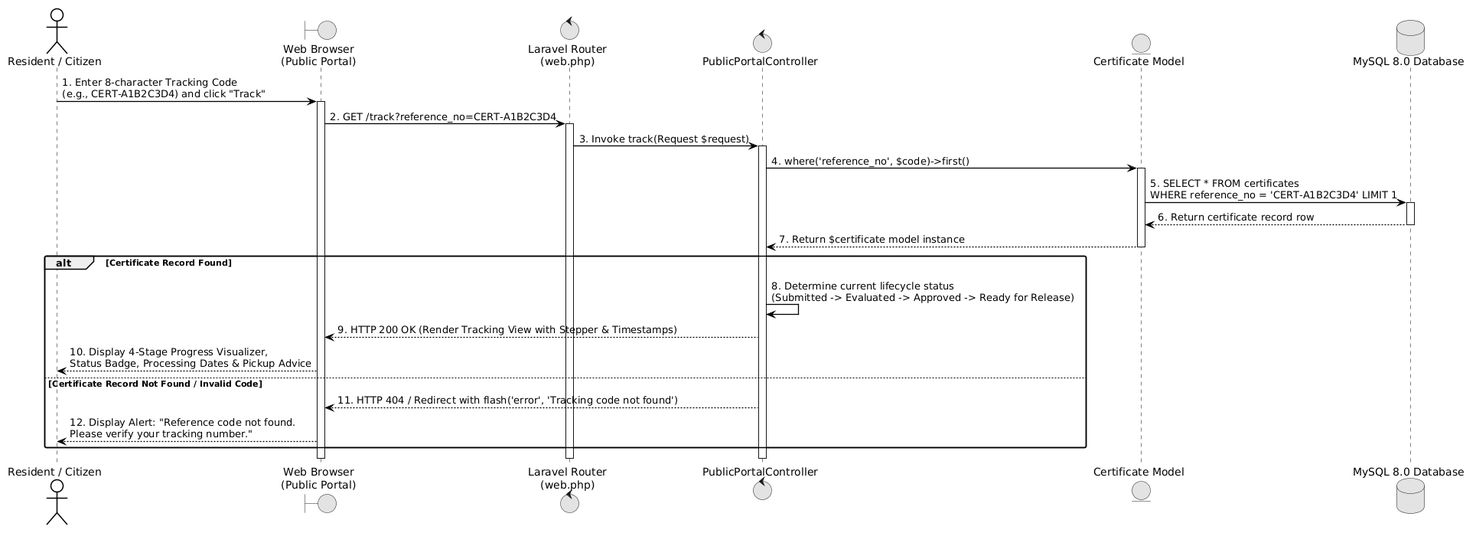
Above: Documentation/Diagrams/figure6_sequence_diagram.png in dreynel/bims (PlantUML), before the change.
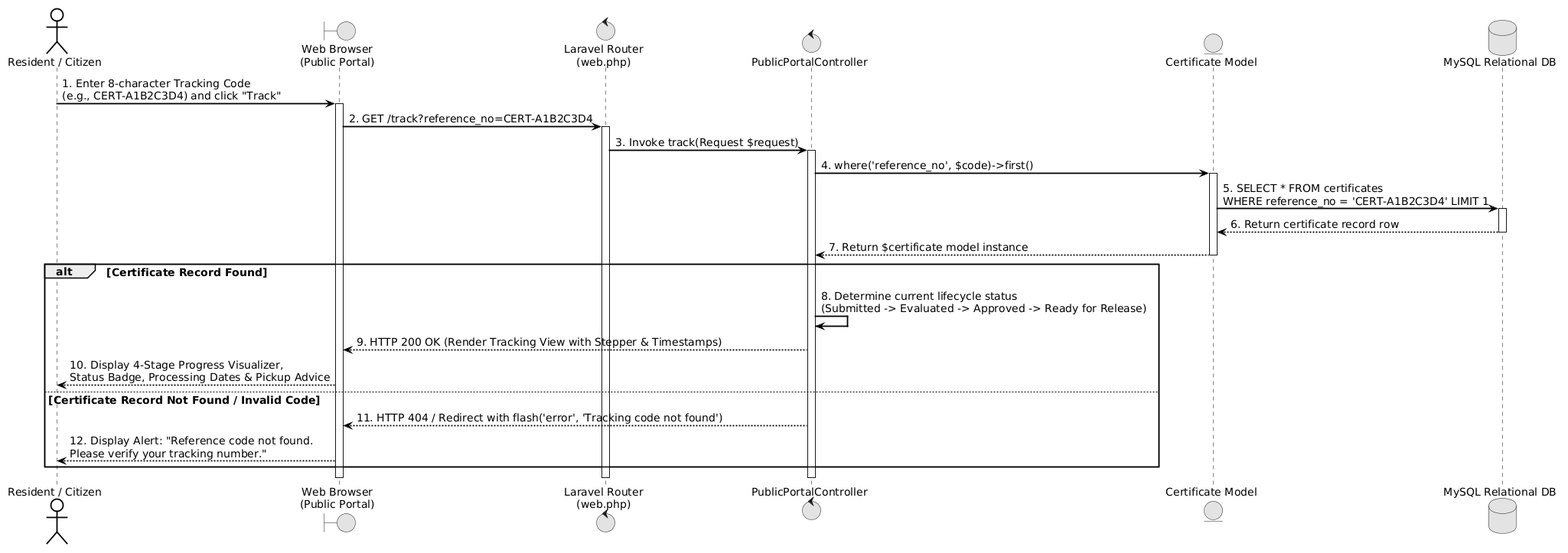
Above is the later version.

Change to the diagram source:
```diff
@@ -1,34 +1,32 @@
 @startuml
 skinparam defaultFontName "Segoe UI"
+skinparam defaultFontSize 14
 skinparam shadowing false
 skinparam monochrome true
-skinparam roundCorner 4
-skinparam ArrowColor #000000
-skinparam ArrowThickness 1.3
-skinparam DefaultFontColor #000000
-
 skinparam sequence {
     ArrowColor #000000
-    ArrowThickness 1.3
+    ArrowThickness 1.8
     ActorBorderColor #000000
-    ActorBorderThickness 1.5
+    ActorBorderThickness 1.8
     ActorBackgroundColor #FFFFFF
     ParticipantBorderColor #000000
-    ParticipantBorderThickness 1.5
+    ParticipantBorderThickness 1.8
     ParticipantBackgroundColor #FFFFFF
-    ParticipantFontSize 11
+    ParticipantFontSize 15
+    ParticipantFontStyle bold
     ParticipantFontColor #000000
     LifeLineBorderColor #000000
-    LifeLineBorderThickness 1.2
+    LifeLineBorderThickness 1.4
     LifeLineBackgroundColor #FFFFFF
 }
 
 skinparam alt {
     BackgroundColor #FFFFFF
     BorderColor #000000
-    BorderThickness 1.5
+    BorderThickness 1.8
     FontColor #000000
-    FontSize 11
+    FontSize 14
+    FontStyle bold
 }
 
 actor "Resident / Citizen" as Resident
@@ -36,7 +34,7 @@
 control "Laravel Router\n(web.php)" as Router
 control "PublicPortalController" as Controller
 entity "Certificate Model" as Model
-database "MySQL 8.0 Database" as DB
+database "MySQL Relational DB" as DB
 
 Resident -> Browser: 1. Enter 8-character Tracking Code\n(e.g., CERT-A1B2C3D4) and click "Track"
 activate Browser
```
